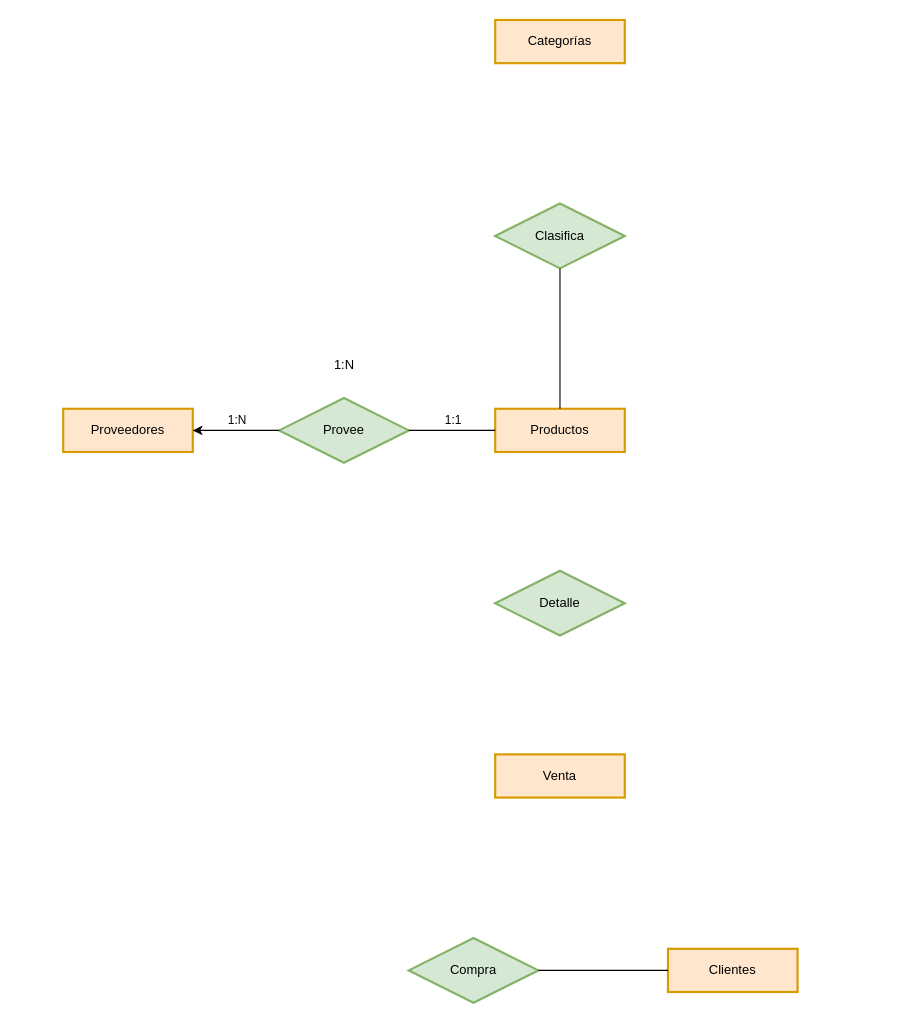
This is Tareas/Tarea3.drawio from JuanManuelMM/Base-Datos, a draw.io file, before an edit. Source tidied: cells renumbered, new cells numbered last; positions are measured from the earlier drawing's top-left corner, leaving out a move shared by most shapes. Both pictures are drawn from the tidied source at 108%, with x=0, y=0 at pixel (63, 19).
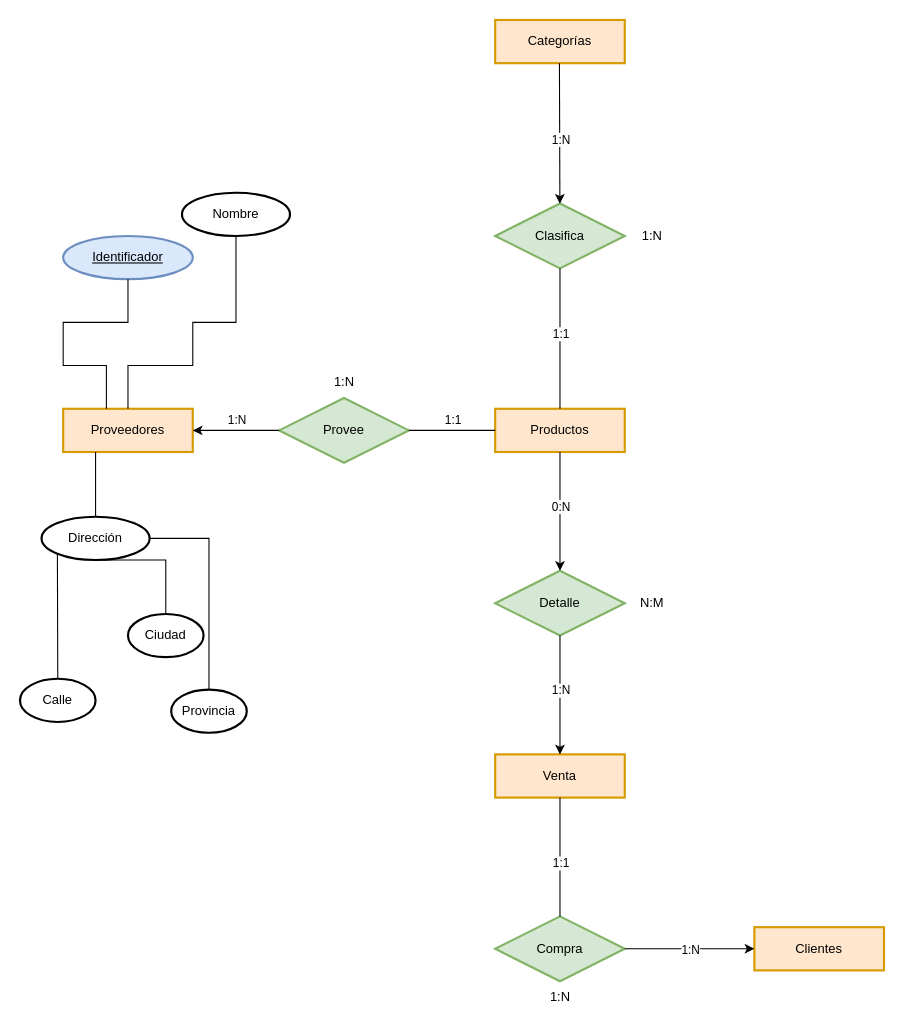
The same diagram, later.

The change refers to these unchanged cells:
```xml
<mxCell id="3" value="&lt;font color=&quot;#000000&quot;&gt;Proveedores&lt;/font&gt;" style="whiteSpace=wrap;html=1;align=center;fillColor=#ffe6cc;strokeColor=#d79b00;strokeWidth=2;" parent="1" vertex="1">
  <mxGeometry y="360" width="120" height="40" as="geometry" />
</mxCell>
<mxCell id="4" value="Productos" style="whiteSpace=wrap;html=1;align=center;fillColor=#ffe6cc;strokeColor=#d79b00;strokeWidth=2;" parent="1" vertex="1">
  <mxGeometry x="400" y="360" width="120" height="40" as="geometry" />
</mxCell>
<mxCell id="6" value="Venta" style="whiteSpace=wrap;html=1;align=center;fillColor=#ffe6cc;strokeColor=#d79b00;strokeWidth=2;" parent="1" vertex="1">
  <mxGeometry x="400" y="680" width="120" height="40" as="geometry" />
</mxCell>
<mxCell id="8" value="Clasifica" style="shape=rhombus;perimeter=rhombusPerimeter;whiteSpace=wrap;html=1;align=center;fillColor=#d5e8d4;strokeColor=#82b366;strokeWidth=2;" parent="1" vertex="1">
  <mxGeometry x="400" y="170" width="120" height="60" as="geometry" />
</mxCell>
<mxCell id="9" value="Detalle" style="shape=rhombus;perimeter=rhombusPerimeter;whiteSpace=wrap;html=1;align=center;fillColor=#d5e8d4;strokeColor=#82b366;strokeWidth=2;" parent="1" vertex="1">
  <mxGeometry x="400" y="510" width="120" height="60" as="geometry" />
</mxCell>
<mxCell id="16" style="endArrow=none;html=1;rounded=0;fontColor=#000000;entryX=0.5;entryY=1;entryDx=0;entryDy=0;exitX=0.5;exitY=0;exitDx=0;exitDy=0;" parent="1" edge="1" source="4" target="8">
  <mxGeometry relative="1" as="geometry" />
</mxCell>
```

Diff of the diagram source:
```diff
@@
     <mxCell id="2" value="Clientes" style="whiteSpace=wrap;html=1;align=center;fillColor=#ffe6cc;strokeColor=#d79b00;strokeWidth=2;" parent="1" vertex="1">
-      <mxGeometry x="560" y="860" width="120" height="40" as="geometry" />
+      <mxGeometry x="640" y="840" width="120" height="40" as="geometry" />
     </mxCell>
@@
     <mxCell id="10" value="Compra" style="shape=rhombus;perimeter=rhombusPerimeter;whiteSpace=wrap;html=1;align=center;fillColor=#d5e8d4;strokeColor=#82b366;strokeWidth=2;" parent="1" vertex="1">
-      <mxGeometry x="320" y="850" width="120" height="60" as="geometry" />
+      <mxGeometry x="400" y="830" width="120" height="60" as="geometry" />
     </mxCell>
@@
     <mxCell id="15" value="1:N" style="text;html=1;align=center;verticalAlign=middle;strokeColor=none;fillColor=none;fontColor=#000000;" parent="1" vertex="1">
-      <mxGeometry x="240" y="305" width="40" height="30" as="geometry" />
+      <mxGeometry x="240" y="320" width="40" height="30" as="geometry" />
     </mxCell>
@@
+    <mxCell id="18" value="1:1" style="edgeLabel;html=1;align=center;verticalAlign=middle;" parent="16" vertex="1">
+      <mxGeometry x="0.49" y="2" relative="1" as="geometry">
+        <mxPoint x="2" y="27" as="offset" />
+      </mxGeometry>
+    </mxCell>
+    <mxCell id="19" style="endArrow=classic;html=1;rounded=0;exitX=0.5;exitY=1;exitDx=0;exitDy=0;" parent="1" edge="1" target="8">
+      <mxGeometry relative="1" as="geometry">
+        <mxPoint x="459.5" y="40" as="sourcePoint" />
+      </mxGeometry>
+    </mxCell>
+    <mxCell id="20" value="1:N" style="edgeLabel;html=1;align=center;verticalAlign=middle;" parent="19" vertex="1">
+      <mxGeometry x="-0.45" y="-2" relative="1" as="geometry">
+        <mxPoint x="3" y="34" as="offset" />
+      </mxGeometry>
+    </mxCell>
+    <mxCell id="21" style="endArrow=classic;html=1;rounded=0;entryX=0.5;entryY=0;entryDx=0;entryDy=0;exitX=0.5;exitY=1;exitDx=0;exitDy=0;" parent="1" edge="1" source="4" target="9">
+      <mxGeometry relative="1" as="geometry" />
+    </mxCell>
+    <mxCell id="22" value="0:N" style="edgeLabel;html=1;align=center;verticalAlign=middle;" parent="21" vertex="1">
+      <mxGeometry x="-0.38" relative="1" as="geometry">
+        <mxPoint y="16" as="offset" />
+      </mxGeometry>
+    </mxCell>
+    <mxCell id="23" style="endArrow=classic;html=1;rounded=0;entryX=0.5;entryY=0;entryDx=0;entryDy=0;exitX=0.5;exitY=1;exitDx=0;exitDy=0;" parent="1" edge="1" source="9" target="6">
+      <mxGeometry relative="1" as="geometry" />
+    </mxCell>
+    <mxCell id="24" value="1:N" style="edgeLabel;html=1;align=center;verticalAlign=middle;" parent="23" vertex="1">
+      <mxGeometry x="-0.44" y="2" relative="1" as="geometry">
+        <mxPoint x="-2" y="19" as="offset" />
+      </mxGeometry>
+    </mxCell>
+    <mxCell id="25" style="endArrow=none;html=1;rounded=0;entryX=0.5;entryY=0;entryDx=0;entryDy=0;exitX=0.5;exitY=1;exitDx=0;exitDy=0;" parent="1" edge="1" source="6" target="10">
+      <mxGeometry relative="1" as="geometry" />
+    </mxCell>
+    <mxCell id="26" value="1:1" style="edgeLabel;html=1;align=center;verticalAlign=middle;" parent="25" vertex="1">
+      <mxGeometry x="-0.56" y="-3" relative="1" as="geometry">
+        <mxPoint x="3" y="36" as="offset" />
+      </mxGeometry>
+    </mxCell>
-    <mxCell id="17" style="endArrow=none;html=1;rounded=0;fontColor=#000000;entryX=0;entryY=0.5;entryDx=0;entryDy=0;exitX=1;exitY=0.5;exitDx=0;exitDy=0;" parent="1" edge="1" source="10" target="2">
+    <mxCell id="17" style="endArrow=classic;html=1;rounded=0;entryX=0;entryY=0.5;entryDx=0;entryDy=0;exitX=1;exitY=0.5;exitDx=0;exitDy=0;" parent="1" edge="1" source="10" target="2">
       <mxGeometry relative="1" as="geometry" />
     </mxCell>
+    <mxCell id="27" value="1:N" style="edgeLabel;html=1;align=center;verticalAlign=middle;" parent="17" vertex="1">
+      <mxGeometry x="-0.5" y="3" relative="1" as="geometry">
+        <mxPoint x="30" y="3" as="offset" />
+      </mxGeometry>
+    </mxCell>
+    <mxCell id="28" value="1:N" style="text;html=1;align=center;verticalAlign=middle;strokeColor=none;fillColor=none;" parent="1" vertex="1">
+      <mxGeometry x="525" y="185" width="40" height="30" as="geometry" />
+    </mxCell>
+    <mxCell id="29" value="N:M" style="text;html=1;align=center;verticalAlign=middle;strokeColor=none;fillColor=none;" parent="1" vertex="1">
+      <mxGeometry x="520" y="525" width="50" height="30" as="geometry" />
+    </mxCell>
+    <mxCell id="30" value="1:N" style="text;html=1;align=center;verticalAlign=middle;strokeColor=none;fillColor=none;" parent="1" vertex="1">
+      <mxGeometry x="440" y="890" width="40" height="30" as="geometry" />
+    </mxCell>
+    <mxCell id="31" value="Identificador" style="ellipse;whiteSpace=wrap;html=1;align=center;fontStyle=4;fillColor=#dae8fc;strokeColor=#6c8ebf;strokeWidth=2;" parent="1" vertex="1">
+      <mxGeometry y="200" width="120" height="40" as="geometry" />
+    </mxCell>
+    <mxCell id="32" style="endArrow=none;html=1;rounded=0;exitX=0.5;exitY=1;exitDx=0;exitDy=0;" parent="1" edge="1" source="31">
+      <mxGeometry relative="1" as="geometry">
+        <mxPoint x="40" y="360" as="targetPoint" />
+        <Array as="points">
+          <mxPoint x="60" y="280" />
+          <mxPoint y="280" />
+          <mxPoint y="320" />
+          <mxPoint x="40" y="320" />
+        </Array>
+      </mxGeometry>
+    </mxCell>
+    <mxCell id="33" value="Nombre" style="ellipse;whiteSpace=wrap;html=1;align=center;strokeWidth=2;" parent="1" vertex="1">
+      <mxGeometry x="110" y="160" width="100" height="40" as="geometry" />
+    </mxCell>
+    <mxCell id="34" style="endArrow=none;html=1;rounded=0;entryX=0.5;entryY=1;entryDx=0;entryDy=0;exitX=0.5;exitY=0;exitDx=0;exitDy=0;" parent="1" edge="1" source="3" target="33">
+      <mxGeometry relative="1" as="geometry">
+        <Array as="points">
+          <mxPoint x="60" y="320" />
+          <mxPoint x="120" y="320" />
+          <mxPoint x="120" y="280" />
+          <mxPoint x="160" y="280" />
+          <mxPoint x="160" y="240" />
+        </Array>
+      </mxGeometry>
+    </mxCell>
+    <mxCell id="35" value="Dirección" style="ellipse;whiteSpace=wrap;html=1;align=center;strokeWidth=2;" parent="1" vertex="1">
+      <mxGeometry x="-20" y="460" width="100" height="40" as="geometry" />
+    </mxCell>
+    <mxCell id="36" style="endArrow=none;html=1;rounded=0;entryX=0.25;entryY=1;entryDx=0;entryDy=0;exitX=0.5;exitY=0;exitDx=0;exitDy=0;" parent="1" edge="1" source="35" target="3">
+      <mxGeometry relative="1" as="geometry" />
+    </mxCell>
+    <mxCell id="37" style="endArrow=none;html=1;rounded=0;exitX=0;exitY=1;exitDx=0;exitDy=0;entryX=0.5;entryY=0;entryDx=0;entryDy=0;" parent="1" edge="1" source="35" target="38">
+      <mxGeometry relative="1" as="geometry" />
+    </mxCell>
+    <mxCell id="38" value="Calle" style="ellipse;whiteSpace=wrap;html=1;align=center;strokeWidth=2;" parent="1" vertex="1">
+      <mxGeometry x="-40" y="610" width="70" height="40" as="geometry" />
+    </mxCell>
+    <mxCell id="39" value="&lt;div&gt;Ciudad&lt;/div&gt;" style="ellipse;whiteSpace=wrap;html=1;align=center;strokeWidth=2;" parent="1" vertex="1">
+      <mxGeometry x="60" y="550" width="70" height="40" as="geometry" />
+    </mxCell>
+    <mxCell id="40" style="endArrow=none;html=1;rounded=0;exitX=0.5;exitY=1;exitDx=0;exitDy=0;entryX=0.5;entryY=0;entryDx=0;entryDy=0;" parent="1" edge="1" source="35" target="39">
+      <mxGeometry relative="1" as="geometry">
+        <Array as="points">
+          <mxPoint x="95" y="500" />
+        </Array>
+      </mxGeometry>
+    </mxCell>
+    <mxCell id="41" value="Provincia" style="ellipse;whiteSpace=wrap;html=1;align=center;strokeWidth=2;" parent="1" vertex="1">
+      <mxGeometry x="100" y="620" width="70" height="40" as="geometry" />
+    </mxCell>
+    <mxCell id="42" style="endArrow=none;html=1;rounded=0;exitX=1;exitY=0.5;exitDx=0;exitDy=0;entryX=0.5;entryY=0;entryDx=0;entryDy=0;" parent="1" edge="1" source="35" target="41">
+      <mxGeometry relative="1" as="geometry">
+        <Array as="points">
+          <mxPoint x="135" y="480" />
+        </Array>
+      </mxGeometry>
+    </mxCell>
```
